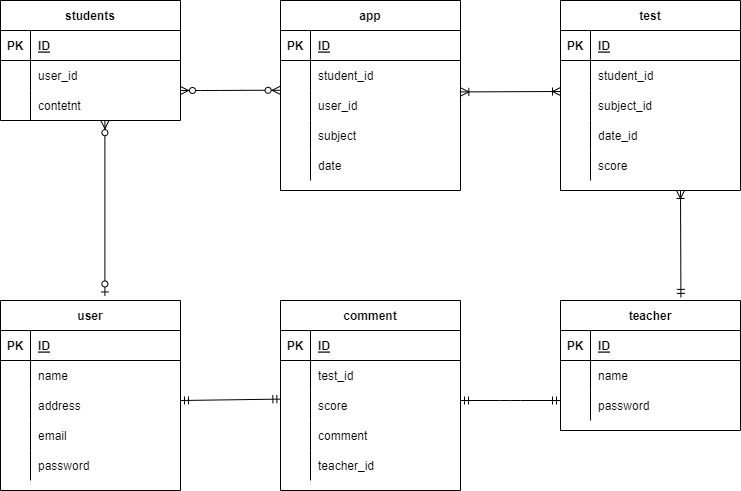
Before: index.drawio.png, a diagram exported from draw.io (tatsumaki0301/20220715yasumoto). Source tidied: cells renumbered, new cells last; positions are measured from the earlier drawing's top-left corner, leaving out a move shared by most shapes.
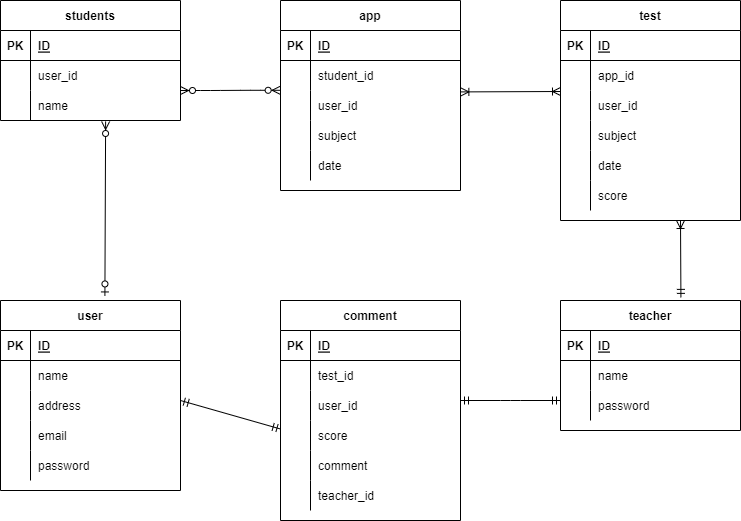
The same diagram one commit later.

What changed in the source:
```diff
@@ -23,15 +23,15 @@
     <mxCell id="8" value="user_id" style="shape=partialRectangle;fillColor=none;top=0;left=0;bottom=0;right=0;align=left;spacingLeft=6;overflow=hidden;" parent="6" vertex="1">
       <mxGeometry x="30" width="150" height="30" as="geometry" />
     </mxCell>
-    <mxCell id="9" style="shape=partialRectangle;fillColor=none;top=0;left=0;bottom=0;right=0;points=[[0,0.5],[1,0.5]];portConstraint=eastwest;" parent="2" vertex="1">
-      <mxGeometry y="90" width="180" height="30" as="geometry" />
-    </mxCell>
-    <mxCell id="10" style="shape=partialRectangle;fillColor=none;top=0;left=0;bottom=0;right=0;overflow=hidden;" parent="9" vertex="1">
-      <mxGeometry width="30" height="30" as="geometry" />
-    </mxCell>
-    <mxCell id="11" value="contetnt" style="shape=partialRectangle;fillColor=none;top=0;left=0;bottom=0;right=0;align=left;spacingLeft=6;overflow=hidden;" parent="9" vertex="1">
-      <mxGeometry x="30" width="150" height="30" as="geometry" />
-    </mxCell>
+    <mxCell id="92" style="shape=partialRectangle;fillColor=none;top=0;left=0;bottom=0;right=0;points=[[0,0.5],[1,0.5]];portConstraint=eastwest;" parent="2" vertex="1">
+      <mxGeometry y="90" width="180" height="30" as="geometry" />
+    </mxCell>
+    <mxCell id="93" style="shape=partialRectangle;fillColor=none;top=0;left=0;bottom=0;right=0;overflow=hidden;" parent="92" vertex="1">
+      <mxGeometry width="30" height="30" as="geometry" />
+    </mxCell>
+    <mxCell id="94" value="name" style="shape=partialRectangle;fillColor=none;top=0;left=0;bottom=0;right=0;align=left;spacingLeft=6;overflow=hidden;" parent="92" vertex="1">
+      <mxGeometry x="30" width="150" height="30" as="geometry" />
+    </mxCell>
     <mxCell id="12" value="app" style="shape=table;startSize=30;rowLines=0;fontStyle=1;align=center;" parent="1" vertex="1">
       <mxGeometry x="280" width="180" height="190" as="geometry" />
     </mxCell>
@@ -81,7 +81,7 @@
       <mxGeometry x="30" width="150" height="30" as="geometry" />
     </mxCell>
     <mxCell id="28" value="test" style="shape=table;startSize=30;rowLines=0;fontStyle=1;align=center;" parent="1" vertex="1">
-      <mxGeometry x="560" width="180" height="190" as="geometry" />
+      <mxGeometry x="560" width="180" height="220" as="geometry" />
     </mxCell>
     <mxCell id="29" style="shape=partialRectangle;fillColor=none;top=0;left=0;bottom=1;right=0;" parent="28" vertex="1">
       <mxGeometry y="30" width="180" height="30" as="geometry" />
@@ -92,35 +92,44 @@
     <mxCell id="31" value="ID" style="shape=partialRectangle;fillColor=none;top=0;left=0;bottom=0;right=0;align=left;spacingLeft=6;fontStyle=5;overflow=hidden;" parent="29" vertex="1">
       <mxGeometry x="30" width="150" height="30" as="geometry" />
     </mxCell>
+    <mxCell id="95" style="shape=partialRectangle;fillColor=none;top=0;left=0;bottom=0;right=0;" parent="28" vertex="1">
+      <mxGeometry y="60" width="180" height="30" as="geometry" />
+    </mxCell>
+    <mxCell id="96" style="shape=partialRectangle;fillColor=none;top=0;left=0;bottom=0;right=0;overflow=hidden;" parent="95" vertex="1">
+      <mxGeometry width="30" height="30" as="geometry" />
+    </mxCell>
+    <mxCell id="97" value="app_id" style="shape=partialRectangle;fillColor=none;top=0;left=0;bottom=0;right=0;align=left;spacingLeft=6;overflow=hidden;" parent="95" vertex="1">
+      <mxGeometry x="30" width="150" height="30" as="geometry" />
+    </mxCell>
     <mxCell id="32" style="shape=partialRectangle;fillColor=none;top=0;left=0;bottom=0;right=0;" parent="28" vertex="1">
-      <mxGeometry y="60" width="180" height="30" as="geometry" />
+      <mxGeometry y="90" width="180" height="30" as="geometry" />
     </mxCell>
     <mxCell id="33" style="shape=partialRectangle;fillColor=none;top=0;left=0;bottom=0;right=0;overflow=hidden;" parent="32" vertex="1">
       <mxGeometry width="30" height="30" as="geometry" />
     </mxCell>
-    <mxCell id="34" value="student_id" style="shape=partialRectangle;fillColor=none;top=0;left=0;bottom=0;right=0;align=left;spacingLeft=6;overflow=hidden;" parent="32" vertex="1">
+    <mxCell id="34" value="user_id" style="shape=partialRectangle;fillColor=none;top=0;left=0;bottom=0;right=0;align=left;spacingLeft=6;overflow=hidden;" parent="32" vertex="1">
       <mxGeometry x="30" width="150" height="30" as="geometry" />
     </mxCell>
     <mxCell id="35" style="shape=partialRectangle;fillColor=none;top=0;left=0;bottom=0;right=0;" parent="28" vertex="1">
-      <mxGeometry y="90" width="180" height="30" as="geometry" />
+      <mxGeometry y="120" width="180" height="30" as="geometry" />
     </mxCell>
     <mxCell id="36" style="shape=partialRectangle;fillColor=none;top=0;left=0;bottom=0;right=0;overflow=hidden;" parent="35" vertex="1">
       <mxGeometry width="30" height="30" as="geometry" />
     </mxCell>
-    <mxCell id="37" value="subject_id" style="shape=partialRectangle;fillColor=none;top=0;left=0;bottom=0;right=0;align=left;spacingLeft=6;overflow=hidden;" parent="35" vertex="1">
+    <mxCell id="37" value="subject" style="shape=partialRectangle;fillColor=none;top=0;left=0;bottom=0;right=0;align=left;spacingLeft=6;overflow=hidden;" parent="35" vertex="1">
       <mxGeometry x="30" width="150" height="30" as="geometry" />
     </mxCell>
     <mxCell id="38" style="shape=partialRectangle;fillColor=none;top=0;left=0;bottom=0;right=0;" parent="28" vertex="1">
-      <mxGeometry y="120" width="180" height="30" as="geometry" />
+      <mxGeometry y="150" width="180" height="30" as="geometry" />
     </mxCell>
     <mxCell id="39" style="shape=partialRectangle;fillColor=none;top=0;left=0;bottom=0;right=0;overflow=hidden;" parent="38" vertex="1">
       <mxGeometry width="30" height="30" as="geometry" />
     </mxCell>
-    <mxCell id="40" value="date_id" style="shape=partialRectangle;fillColor=none;top=0;left=0;bottom=0;right=0;align=left;spacingLeft=6;overflow=hidden;" parent="38" vertex="1">
+    <mxCell id="40" value="date" style="shape=partialRectangle;fillColor=none;top=0;left=0;bottom=0;right=0;align=left;spacingLeft=6;overflow=hidden;" parent="38" vertex="1">
       <mxGeometry x="30" width="150" height="30" as="geometry" />
     </mxCell>
     <mxCell id="41" style="shape=partialRectangle;fillColor=none;top=0;left=0;bottom=0;right=0;" parent="28" vertex="1">
-      <mxGeometry y="150" width="180" height="30" as="geometry" />
+      <mxGeometry y="180" width="180" height="30" as="geometry" />
     </mxCell>
     <mxCell id="42" style="shape=partialRectangle;fillColor=none;top=0;left=0;bottom=0;right=0;overflow=hidden;" parent="41" vertex="1">
       <mxGeometry width="30" height="30" as="geometry" />
@@ -159,7 +168,7 @@
       <mxGeometry x="30" width="150" height="30" as="geometry" />
     </mxCell>
     <mxCell id="54" value="comment" style="shape=table;startSize=30;rowLines=0;fontStyle=1;align=center;" parent="1" vertex="1">
-      <mxGeometry x="280" y="300" width="180" height="190" as="geometry" />
+      <mxGeometry x="280" y="300" width="180" height="220" as="geometry" />
     </mxCell>
     <mxCell id="55" style="shape=partialRectangle;fillColor=none;top=0;left=0;bottom=1;right=0;" parent="54" vertex="1">
       <mxGeometry y="30" width="180" height="30" as="geometry" />
@@ -179,8 +188,17 @@
     <mxCell id="60" value="test_id" style="shape=partialRectangle;fillColor=none;top=0;left=0;bottom=0;right=0;align=left;spacingLeft=6;overflow=hidden;" parent="58" vertex="1">
       <mxGeometry x="30" width="150" height="30" as="geometry" />
     </mxCell>
+    <mxCell id="98" style="shape=partialRectangle;fillColor=none;top=0;left=0;bottom=0;right=0;" parent="54" vertex="1">
+      <mxGeometry y="90" width="180" height="30" as="geometry" />
+    </mxCell>
+    <mxCell id="99" style="shape=partialRectangle;fillColor=none;top=0;left=0;bottom=0;right=0;overflow=hidden;" parent="98" vertex="1">
+      <mxGeometry width="30" height="30" as="geometry" />
+    </mxCell>
+    <mxCell id="100" value="user_id" style="shape=partialRectangle;fillColor=none;top=0;left=0;bottom=0;right=0;align=left;spacingLeft=6;overflow=hidden;" parent="98" vertex="1">
+      <mxGeometry x="30" width="150" height="30" as="geometry" />
+    </mxCell>
     <mxCell id="61" style="shape=partialRectangle;fillColor=none;top=0;left=0;bottom=0;right=0;points=[[0,0.5],[1,0.5]];portConstraint=eastwest;" parent="54" vertex="1">
-      <mxGeometry y="90" width="180" height="30" as="geometry" />
+      <mxGeometry y="120" width="180" height="30" as="geometry" />
     </mxCell>
     <mxCell id="62" style="shape=partialRectangle;fillColor=none;top=0;left=0;bottom=0;right=0;overflow=hidden;" parent="61" vertex="1">
       <mxGeometry width="30" height="30" as="geometry" />
@@ -189,7 +207,7 @@
       <mxGeometry x="30" width="150" height="30" as="geometry" />
     </mxCell>
     <mxCell id="64" style="shape=partialRectangle;fillColor=none;top=0;left=0;bottom=0;right=0;" parent="54" vertex="1">
-      <mxGeometry y="120" width="180" height="30" as="geometry" />
+      <mxGeometry y="150" width="180" height="30" as="geometry" />
     </mxCell>
     <mxCell id="65" style="shape=partialRectangle;fillColor=none;top=0;left=0;bottom=0;right=0;overflow=hidden;" parent="64" vertex="1">
       <mxGeometry width="30" height="30" as="geometry" />
@@ -198,7 +216,7 @@
       <mxGeometry x="30" width="150" height="30" as="geometry" />
     </mxCell>
     <mxCell id="67" style="shape=partialRectangle;fillColor=none;top=0;left=0;bottom=0;right=0;" parent="54" vertex="1">
-      <mxGeometry y="150" width="180" height="30" as="geometry" />
+      <mxGeometry y="180" width="180" height="30" as="geometry" />
     </mxCell>
     <mxCell id="68" style="shape=partialRectangle;fillColor=none;top=0;left=0;bottom=0;right=0;overflow=hidden;" parent="67" vertex="1">
       <mxGeometry width="30" height="30" as="geometry" />
@@ -208,7 +226,7 @@
     </mxCell>
     <mxCell id="70" style="fontSize=12;html=1;endArrow=ERoneToMany;startArrow=ERmandOne;exitX=0.669;exitY=-0.024;exitDx=0;exitDy=0;exitPerimeter=0;" parent="1" edge="1" source="44">
       <mxGeometry relative="1" as="geometry">
-        <mxPoint x="680" y="190" as="targetPoint" />
+        <mxPoint x="680" y="220" as="targetPoint" />
       </mxGeometry>
     </mxCell>
     <mxCell id="71" style="fontSize=12;html=1;endArrow=ERmandOne;startArrow=ERmandOne;" parent="1" edge="1">
@@ -273,7 +291,7 @@
     <mxCell id="88" value="password" style="shape=partialRectangle;fillColor=none;top=0;left=0;bottom=0;right=0;align=left;spacingLeft=6;overflow=hidden;" parent="86" vertex="1">
       <mxGeometry x="30" width="150" height="30" as="geometry" />
     </mxCell>
-    <mxCell id="89" style="fontSize=12;html=1;endArrow=ERzeroToMany;startArrow=ERzeroToOne;entryX=0.58;entryY=1.007;entryDx=0;entryDy=0;entryPerimeter=0;exitX=0.58;exitY=-0.024;exitDx=0;exitDy=0;exitPerimeter=0;" parent="1" edge="1" source="73" target="9">
+    <mxCell id="89" style="fontSize=12;html=1;endArrow=ERzeroToMany;startArrow=ERzeroToOne;entryX=0.584;entryY=1.033;entryDx=0;entryDy=0;entryPerimeter=0;exitX=0.58;exitY=-0.024;exitDx=0;exitDy=0;exitPerimeter=0;" parent="1" edge="1" source="73" target="92">
       <mxGeometry relative="1" as="geometry" />
     </mxCell>
     <mxCell id="90" style="edgeStyle=entityRelationEdgeStyle;fontSize=12;html=1;endArrow=ERzeroToMany;endFill=1;startArrow=ERzeroToMany;entryX=-0.002;entryY=-0.007;entryDx=0;entryDy=0;entryPerimeter=0;" parent="1" edge="1" target="19">
```
